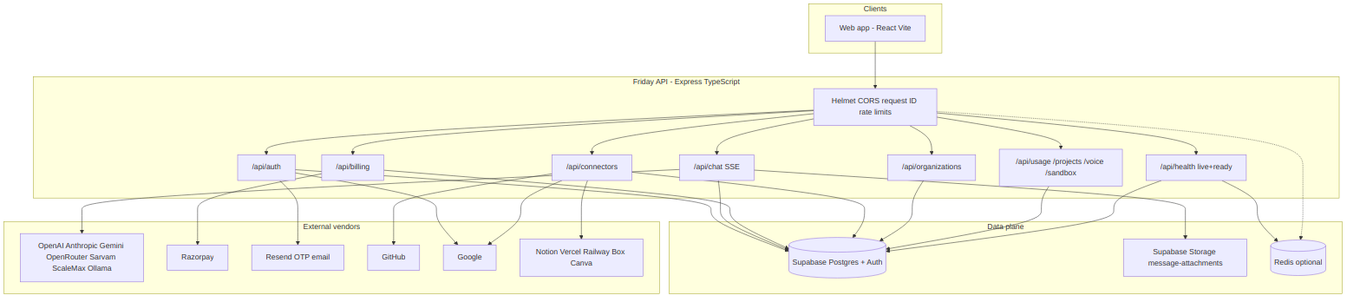
The Mermaid diagram docs/diagrams/01-system-architecture.png in billionairestechnologies/Friday-ai, before a commit. Its source is kept beside it as docs/diagrams/01-system-architecture.mmd.
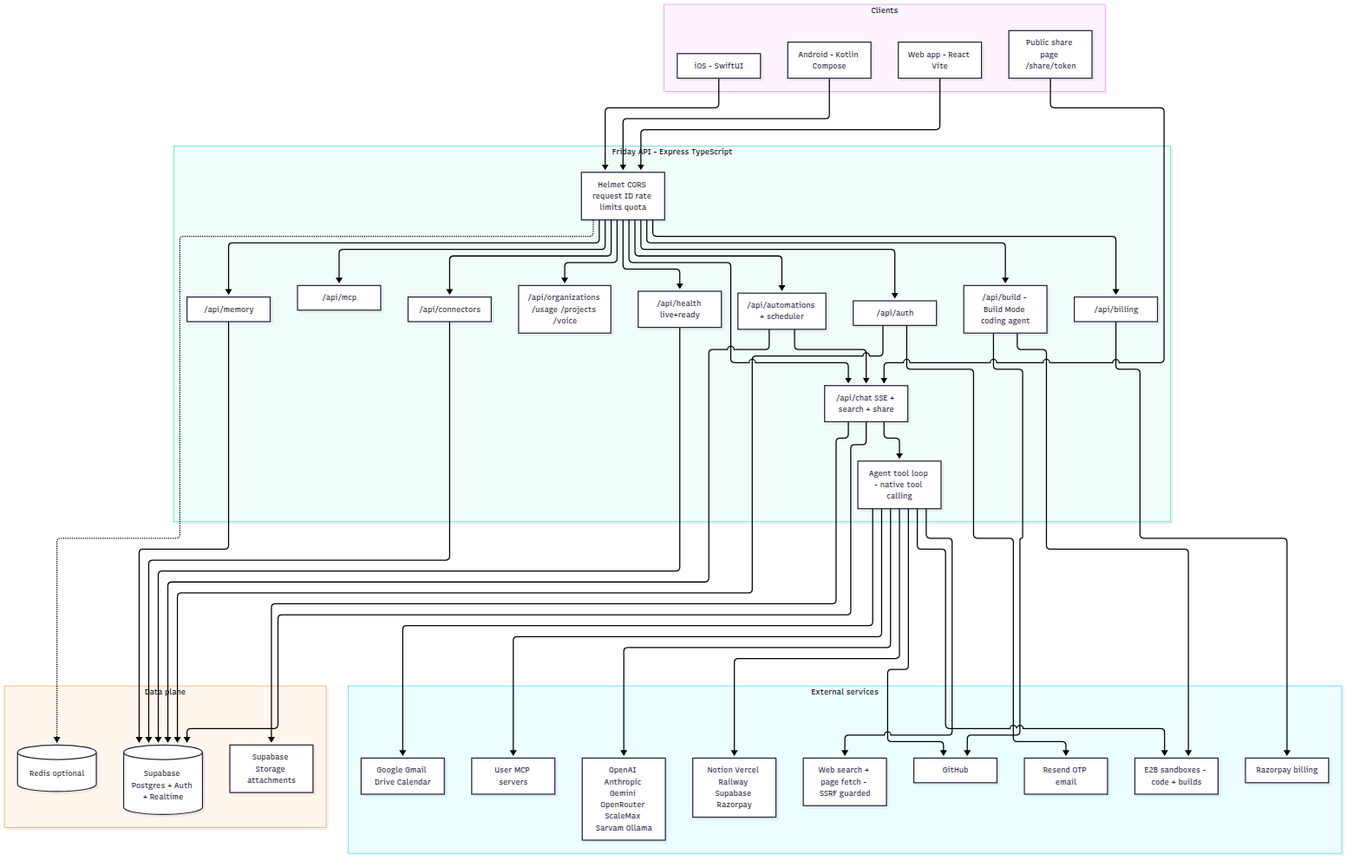
The same diagram one commit later.

What changed in the source:
```diff
@@ -1,56 +1,64 @@
 flowchart TB
   subgraph clients [Clients]
     Browser[Web app - React Vite]
+    Android[Android - Kotlin Compose]
+    IOS[iOS - SwiftUI]
+    Public[Public share page /share/token]
   end
 
   subgraph api [Friday API - Express TypeScript]
-    MW[Helmet CORS request ID rate limits]
+    MW[Helmet CORS request ID rate limits quota]
     AuthR["/api/auth"]
-    ChatR["/api/chat SSE"]
+    ChatR["/api/chat SSE + search + share"]
+    Agent[Agent tool loop - native tool calling]
+    BuildR["/api/build - Build Mode coding agent"]
+    AutoR["/api/automations + scheduler"]
+    MemR["/api/memory"]
+    McpR["/api/mcp"]
     BillR["/api/billing"]
     ConnR["/api/connectors"]
-    OrgR["/api/organizations"]
-    UseR["/api/usage /projects /voice /sandbox"]
+    OrgR["/api/organizations /usage /projects /voice"]
     Health["/api/health live+ready"]
   end
 
   subgraph data [Data plane]
-    SB[(Supabase Postgres + Auth)]
-    Store[Supabase Storage message-attachments]
+    SB[(Supabase Postgres + Auth + Realtime)]
+    Store[Supabase Storage attachments]
     Redis[(Redis optional)]
   end
 
-  subgraph vendors [External vendors]
-    Models[OpenAI Anthropic Gemini OpenRouter Sarvam ScaleMax Ollama]
-    Pay[Razorpay]
+  subgraph vendors [External services]
+    Models[OpenAI Anthropic Gemini OpenRouter ScaleMax Sarvam Ollama]
+    E2B[E2B sandboxes - code + builds]
+    Web[Web search + page fetch - SSRF guarded]
+    GH[GitHub]
+    G[Google Gmail Drive Calendar]
+    Other[Notion Vercel Railway Supabase Razorpay]
+    MCP[User MCP servers]
+    Pay[Razorpay billing]
     Mail[Resend OTP email]
-    GH[GitHub]
-    G[Google]
-    Other[Notion Vercel Railway Box Canva]
   end
 
   Browser --> MW
-  MW --> AuthR
-  MW --> ChatR
-  MW --> BillR
-  MW --> ConnR
-  MW --> OrgR
-  MW --> UseR
-  MW --> Health
+  Android --> MW
+  IOS --> MW
+  Public --> ChatR
+  MW --> AuthR & ChatR & BuildR & AutoR & MemR & McpR & BillR & ConnR & OrgR & Health
+  ChatR --> Agent
+  AutoR --> ChatR
+  Agent --> Models
+  Agent --> Web
+  Agent --> E2B
+  Agent --> GH & G & Other & MCP
+  BuildR --> E2B
+  BuildR --> GH
+  ChatR --> SB
+  ChatR --> Store
   AuthR --> SB
   AuthR --> Mail
-  AuthR --> G
-  ChatR --> SB
-  ChatR --> Store
-  ChatR --> Models
   BillR --> Pay
-  BillR --> SB
-  ConnR --> GH
-  ConnR --> G
-  ConnR --> Other
   ConnR --> SB
-  OrgR --> SB
-  UseR --> SB
+  MemR --> SB
+  AutoR --> SB
   Health --> SB
-  Health --> Redis
   MW -.-> Redis
```
